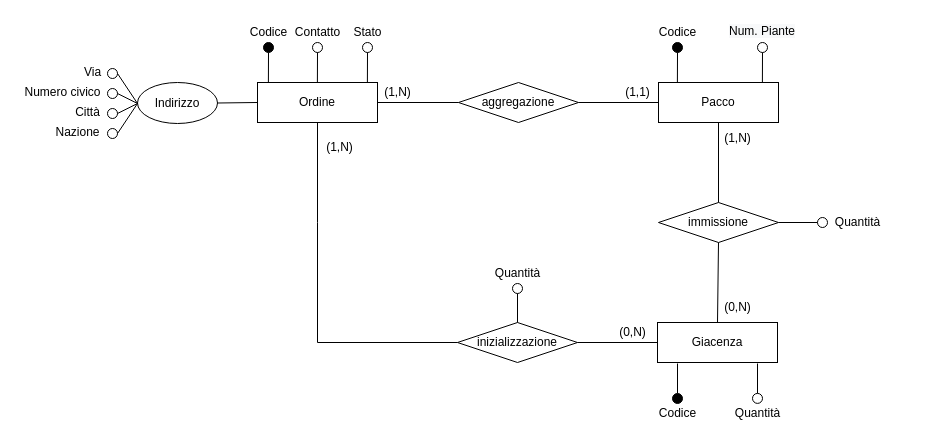
nic-agos/Verde-S.R.L keeps this draw.io diagram as ER-diagrams/ER-Ordine.drawio. Above is the earlier version. Source tidied: cells renumbered, new cells numbered last; positions are measured from the earlier drawing's top-left corner, leaving out a move shared by most shapes. Both pictures are drawn from the tidied source at 100%, with x=0, y=0 at pixel (17, 17).
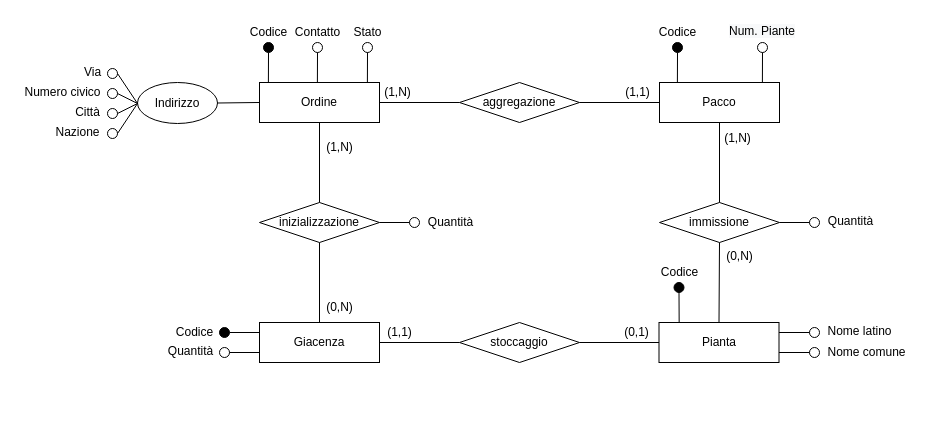
Above is the later version.

Change to the diagram source:
```diff
@@
     <mxCell id="2" value="Ordine" style="rounded=0;whiteSpace=wrap;html=1;strokeWidth=1;perimeterSpacing=0;" parent="1" vertex="1">
-      <mxGeometry x="240" y="65" width="120" height="40" as="geometry" />
+      <mxGeometry x="242" y="65" width="120" height="40" as="geometry" />
     </mxCell>
@@
     <mxCell id="6" value="Pacco" style="rounded=0;whiteSpace=wrap;html=1;strokeWidth=1;perimeterSpacing=0;" parent="1" vertex="1">
-      <mxGeometry x="641" y="65" width="120" height="40" as="geometry" />
+      <mxGeometry x="642" y="65" width="120" height="40" as="geometry" />
     </mxCell>
@@
     <mxCell id="16" value="aggregazione" style="rhombus;whiteSpace=wrap;html=1;" parent="1" vertex="1">
-      <mxGeometry x="441" y="65" width="120" height="40" as="geometry" />
+      <mxGeometry x="442" y="65" width="120" height="40" as="geometry" />
     </mxCell>
@@
     <mxCell id="38" value="Giacenza" style="rounded=0;whiteSpace=wrap;html=1;strokeWidth=1;perimeterSpacing=0;" parent="1" vertex="1">
-      <mxGeometry x="640" y="305" width="120" height="40" as="geometry" />
+      <mxGeometry x="242" y="305" width="120" height="40" as="geometry" />
     </mxCell>
     <mxCell id="39" style="ellipse;whiteSpace=wrap;html=1;strokeWidth=1;fillColor=#000000;" parent="1" vertex="1">
-      <mxGeometry x="655" y="376" width="10" height="10" as="geometry" />
+      <mxGeometry x="202" y="310" width="10" height="10" as="geometry" />
     </mxCell>
     <mxCell id="40" value="Codice" style="text;html=1;align=center;verticalAlign=middle;strokeColor=none;fillColor=none;" parent="1" vertex="1">
-      <mxGeometry x="635" y="386" width="50" height="20" as="geometry" />
+      <mxGeometry x="152" y="305" width="50" height="20" as="geometry" />
     </mxCell>
     <mxCell id="41" style="ellipse;whiteSpace=wrap;html=1;strokeWidth=1;fillColor=none;" parent="1" vertex="1">
-      <mxGeometry x="735" y="375.9" width="10" height="10" as="geometry" />
+      <mxGeometry x="202" y="330" width="10" height="10" as="geometry" />
     </mxCell>
     <mxCell id="42" value="Quantità" style="text;html=1;align=center;verticalAlign=middle;strokeColor=none;fillColor=none;" parent="1" vertex="1">
-      <mxGeometry x="710" y="386" width="60" height="20" as="geometry" />
+      <mxGeometry x="143" y="324" width="60" height="20" as="geometry" />
     </mxCell>
     <mxCell id="43" value="inizializzazione" style="rhombus;whiteSpace=wrap;html=1;" parent="1" vertex="1">
-      <mxGeometry x="440" y="305" width="120" height="40" as="geometry" />
+      <mxGeometry x="242" y="185" width="120" height="40" as="geometry" />
     </mxCell>
-    <mxCell id="44" style="endArrow=none;html=1;rounded=0;exitX=0.5;exitY=1;exitDx=0;exitDy=0;entryX=0;entryY=0.5;entryDx=0;entryDy=0;" parent="1" edge="1" source="2" target="43">
-      <mxGeometry relative="1" as="geometry">
-        <Array as="points">
-          <mxPoint x="300" y="205" />
-          <mxPoint x="300" y="325" />
-        </Array>
-      </mxGeometry>
-    </mxCell>
-    <mxCell id="45" style="endArrow=none;html=1;rounded=0;entryX=0;entryY=0.5;entryDx=0;entryDy=0;exitX=1;exitY=0.5;exitDx=0;exitDy=0;" parent="1" edge="1" source="43" target="38">
+    <mxCell id="45" style="endArrow=none;html=1;rounded=0;entryX=0.5;entryY=0;entryDx=0;entryDy=0;exitX=0.5;exitY=1;exitDx=0;exitDy=0;" parent="1" edge="1" source="43" target="38">
       <mxGeometry relative="1" as="geometry" />
     </mxCell>
-    <mxCell id="46" style="endArrow=none;html=1;rounded=0;exitX=0.5;exitY=0;exitDx=0;exitDy=0;" parent="1" edge="1" source="39">
-      <mxGeometry relative="1" as="geometry">
-        <mxPoint x="660" y="346" as="targetPoint" />
-      </mxGeometry>
+    <mxCell id="46" style="endArrow=none;html=1;rounded=0;exitX=1;exitY=0.5;exitDx=0;exitDy=0;entryX=0;entryY=0.25;entryDx=0;entryDy=0;" parent="1" edge="1" source="39" target="38">
+      <mxGeometry relative="1" as="geometry" />
     </mxCell>
-    <mxCell id="47" style="endArrow=none;html=1;rounded=0;exitX=0.5;exitY=0;exitDx=0;exitDy=0;" parent="1" edge="1" source="41">
-      <mxGeometry relative="1" as="geometry">
-        <mxPoint x="740" y="346" as="targetPoint" />
-      </mxGeometry>
+    <mxCell id="47" style="endArrow=none;html=1;rounded=0;exitX=1;exitY=0.5;exitDx=0;exitDy=0;entryX=0;entryY=0.75;entryDx=0;entryDy=0;" parent="1" edge="1" source="41" target="38">
+      <mxGeometry relative="1" as="geometry" />
     </mxCell>
@@
     <mxCell id="49" value="(0,N)" style="text;html=1;align=center;verticalAlign=middle;strokeColor=none;fillColor=none;" parent="1" vertex="1">
-      <mxGeometry x="595" y="305" width="40" height="20" as="geometry" />
+      <mxGeometry x="302" y="280" width="40" height="20" as="geometry" />
     </mxCell>
-    <mxCell id="50" style="endArrow=none;html=1;rounded=0;exitX=0.5;exitY=0;exitDx=0;exitDy=0;" parent="1" edge="1" source="43">
-      <mxGeometry relative="1" as="geometry">
-        <mxPoint x="500" y="276" as="targetPoint" />
-      </mxGeometry>
+    <mxCell id="50" style="endArrow=none;html=1;rounded=0;exitX=1;exitY=0.5;exitDx=0;exitDy=0;entryX=0;entryY=0.5;entryDx=0;entryDy=0;" parent="1" edge="1" source="43" target="51">
+      <mxGeometry relative="1" as="geometry" />
     </mxCell>
     <mxCell id="51" style="ellipse;whiteSpace=wrap;html=1;strokeWidth=1;fillColor=none;" parent="1" vertex="1">
-      <mxGeometry x="495" y="266" width="10" height="10" as="geometry" />
+      <mxGeometry x="392" y="200" width="10" height="10" as="geometry" />
     </mxCell>
     <mxCell id="52" value="Quantità" style="text;html=1;align=center;verticalAlign=middle;strokeColor=none;fillColor=none;" parent="1" vertex="1">
-      <mxGeometry x="470" y="246" width="60" height="20" as="geometry" />
+      <mxGeometry x="403" y="195" width="60" height="20" as="geometry" />
     </mxCell>
     <mxCell id="53" value="immissione" style="rhombus;whiteSpace=wrap;html=1;" parent="1" vertex="1">
-      <mxGeometry x="641" y="185" width="120" height="40" as="geometry" />
+      <mxGeometry x="642" y="185" width="120" height="40" as="geometry" />
     </mxCell>
@@
     <mxCell id="55" style="ellipse;whiteSpace=wrap;html=1;strokeWidth=1;fillColor=none;" parent="1" vertex="1">
-      <mxGeometry x="800" y="200" width="10" height="10" as="geometry" />
+      <mxGeometry x="792" y="200" width="10" height="10" as="geometry" />
     </mxCell>
     <mxCell id="56" value="Quantità" style="text;html=1;align=center;verticalAlign=middle;strokeColor=none;fillColor=none;" parent="1" vertex="1">
-      <mxGeometry x="810" y="195" width="60" height="20" as="geometry" />
+      <mxGeometry x="803" y="194" width="60" height="20" as="geometry" />
     </mxCell>
@@
-    <mxCell id="58" style="endArrow=none;html=1;rounded=0;exitX=0.5;exitY=0;exitDx=0;exitDy=0;entryX=0.5;entryY=1;entryDx=0;entryDy=0;" parent="1" edge="1" source="38" target="53">
-      <mxGeometry relative="1" as="geometry" />
-    </mxCell>
@@
     <mxCell id="60" value="(0,N)" style="text;html=1;align=center;verticalAlign=middle;strokeColor=none;fillColor=none;" parent="1" vertex="1">
-      <mxGeometry x="700" y="280" width="40" height="20" as="geometry" />
+      <mxGeometry x="702" y="229" width="40" height="20" as="geometry" />
     </mxCell>
+    <mxCell id="61" style="endArrow=none;html=1;rounded=0;exitX=0.5;exitY=0;exitDx=0;exitDy=0;entryX=0.5;entryY=1;entryDx=0;entryDy=0;" parent="1" edge="1" source="43" target="2">
+      <mxGeometry relative="1" as="geometry" />
+    </mxCell>
+    <mxCell id="62" value="Pianta" style="rounded=0;whiteSpace=wrap;html=1;strokeWidth=1;perimeterSpacing=0;" parent="1" vertex="1">
+      <mxGeometry x="641.5" y="305" width="120" height="40" as="geometry" />
+    </mxCell>
+    <mxCell id="63" style="endArrow=none;html=1;rounded=0;fillColor=#000000;exitX=0.5;exitY=1;exitDx=0;exitDy=0;entryX=0.168;entryY=0.002;entryDx=0;entryDy=0;entryPerimeter=0;" parent="1" edge="1" source="64" target="62">
+      <mxGeometry relative="1" as="geometry" />
+    </mxCell>
+    <mxCell id="64" style="ellipse;whiteSpace=wrap;html=1;strokeWidth=1;fillColor=#000000;" parent="1" vertex="1">
+      <mxGeometry x="656.5" y="265" width="10" height="10" as="geometry" />
+    </mxCell>
+    <mxCell id="65" value="Codice" style="text;html=1;align=center;verticalAlign=middle;strokeColor=none;fillColor=none;" parent="1" vertex="1">
+      <mxGeometry x="636.5" y="245" width="50" height="20" as="geometry" />
+    </mxCell>
+    <mxCell id="66" style="endArrow=none;html=1;rounded=0;fillColor=#000000;entryX=1;entryY=0.25;entryDx=0;entryDy=0;exitX=0;exitY=0.5;exitDx=0;exitDy=0;" parent="1" edge="1" source="67" target="62">
+      <mxGeometry relative="1" as="geometry" />
+    </mxCell>
+    <mxCell id="67" style="ellipse;whiteSpace=wrap;html=1;strokeWidth=1;fillColor=none;" parent="1" vertex="1">
+      <mxGeometry x="792" y="310" width="10" height="10" as="geometry" />
+    </mxCell>
+    <mxCell id="68" value="Nome latino" style="text;html=1;align=center;verticalAlign=middle;strokeColor=none;fillColor=none;" parent="1" vertex="1">
+      <mxGeometry x="802" y="304" width="80" height="20" as="geometry" />
+    </mxCell>
+    <mxCell id="69" style="endArrow=none;html=1;rounded=0;fillColor=#000000;entryX=1;entryY=0.75;entryDx=0;entryDy=0;exitX=0;exitY=0.5;exitDx=0;exitDy=0;" parent="1" edge="1" source="70" target="62">
+      <mxGeometry relative="1" as="geometry" />
+    </mxCell>
+    <mxCell id="70" style="ellipse;whiteSpace=wrap;html=1;strokeWidth=1;fillColor=none;" parent="1" vertex="1">
+      <mxGeometry x="792" y="330" width="10" height="10" as="geometry" />
+    </mxCell>
+    <mxCell id="71" value="Nome comune" style="text;html=1;align=center;verticalAlign=middle;strokeColor=none;fillColor=none;" parent="1" vertex="1">
+      <mxGeometry x="804" y="325" width="90" height="20" as="geometry" />
+    </mxCell>
+    <mxCell id="72" style="endArrow=none;html=1;rounded=0;entryX=0.5;entryY=1;entryDx=0;entryDy=0;exitX=0.5;exitY=0;exitDx=0;exitDy=0;" parent="1" edge="1" source="62" target="53">
+      <mxGeometry relative="1" as="geometry" />
+    </mxCell>
+    <mxCell id="73" value="stoccaggio" style="rhombus;whiteSpace=wrap;html=1;" parent="1" vertex="1">
+      <mxGeometry x="442" y="305" width="120" height="40" as="geometry" />
+    </mxCell>
+    <mxCell id="74" style="endArrow=none;html=1;rounded=0;entryX=0;entryY=0.5;entryDx=0;entryDy=0;exitX=1;exitY=0.5;exitDx=0;exitDy=0;" parent="1" edge="1" source="73" target="62">
+      <mxGeometry relative="1" as="geometry" />
+    </mxCell>
+    <mxCell id="75" style="endArrow=none;html=1;rounded=0;exitX=1;exitY=0.5;exitDx=0;exitDy=0;entryX=0;entryY=0.5;entryDx=0;entryDy=0;" parent="1" edge="1" source="38" target="73">
+      <mxGeometry relative="1" as="geometry" />
+    </mxCell>
+    <mxCell id="76" value="(1,1)" style="text;html=1;align=center;verticalAlign=middle;strokeColor=none;fillColor=none;" parent="1" vertex="1">
+      <mxGeometry x="362" y="305" width="40" height="20" as="geometry" />
+    </mxCell>
+    <mxCell id="77" value="(0,1)" style="text;html=1;align=center;verticalAlign=middle;strokeColor=none;fillColor=none;" parent="1" vertex="1">
+      <mxGeometry x="599" y="305" width="40" height="20" as="geometry" />
+    </mxCell>
```
